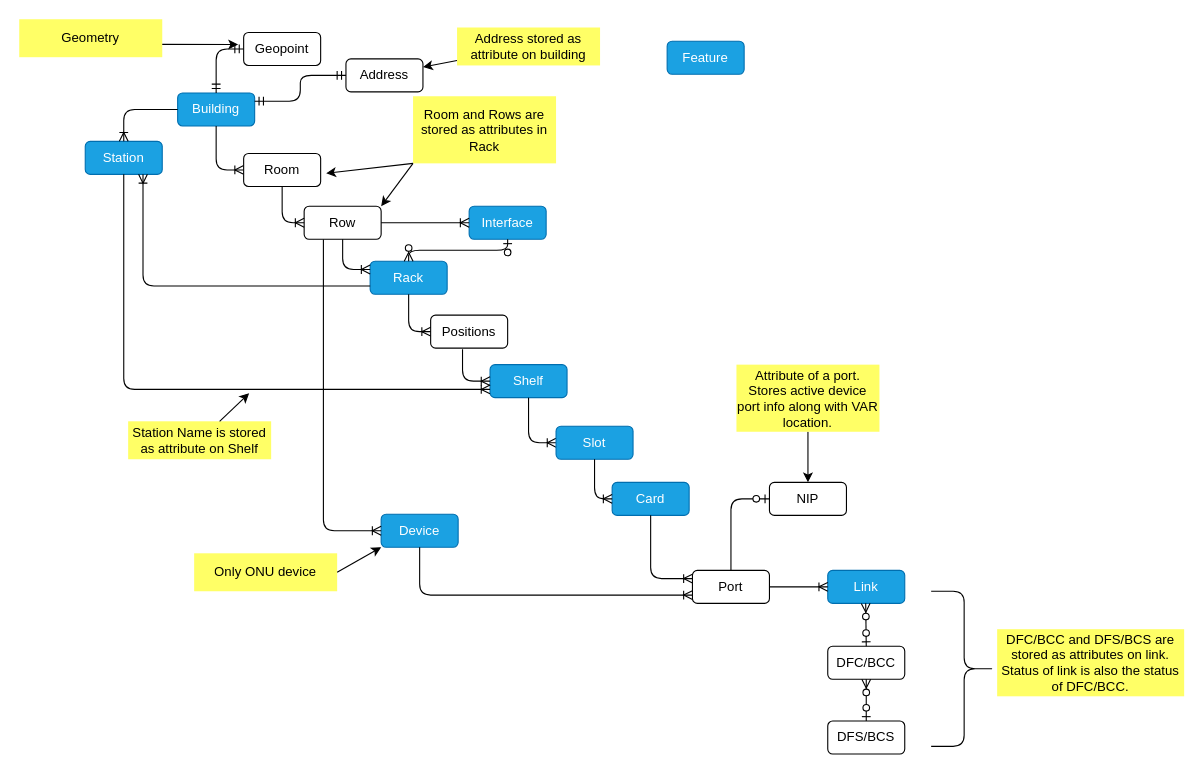
dearishtaq/hello-world-old keeps this draw.io diagram as page "GIS" (3 of 6) of Untitled Diagram.drawio. Above is the earlier version. Source tidied: cells renumbered, new cells numbered last; positions are measured from the earlier drawing's top-left corner, leaving out a move shared by most shapes. Both pictures are drawn from the tidied source at 110%, with x=0, y=0 at pixel (19, 19).
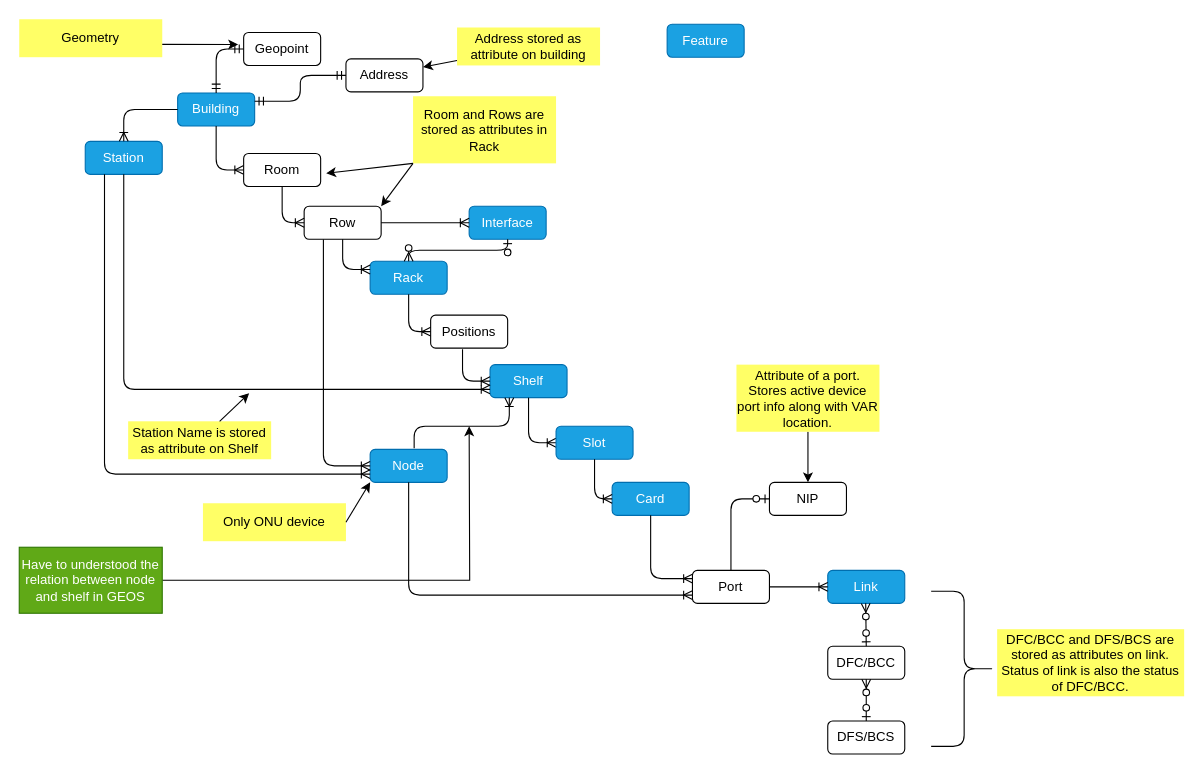
Above is the later version.

Unchanged cells that the change refers to:
```xml
<mxCell id="5" value="Rack" style="rounded=1;whiteSpace=wrap;html=1;fillColor=#1ba1e2;strokeColor=#006EAF;fontColor=#ffffff;" parent="1" vertex="1">
  <mxGeometry x="319" y="220" width="70" height="30" as="geometry" />
</mxCell>
<mxCell id="8" value="Shelf" style="rounded=1;whiteSpace=wrap;html=1;fillColor=#1ba1e2;strokeColor=#006EAF;fontColor=#ffffff;" parent="1" vertex="1">
  <mxGeometry x="428" y="314" width="70" height="30" as="geometry" />
</mxCell>
<mxCell id="22" value="Station" style="rounded=1;whiteSpace=wrap;html=1;fillColor=#1ba1e2;strokeColor=#006EAF;fontColor=#ffffff;" parent="1" vertex="1">
  <mxGeometry x="60" y="111" width="70" height="30" as="geometry" />
</mxCell>
```

The edit, as a diff of the source:
```diff
@@
-    <mxCell id="15" value="Device" style="rounded=1;whiteSpace=wrap;html=1;fillColor=#1ba1e2;strokeColor=#006EAF;fontColor=#ffffff;" parent="1" vertex="1">
-      <mxGeometry x="329" y="450" width="70" height="30" as="geometry" />
+    <mxCell id="15" value="Node" style="rounded=1;whiteSpace=wrap;html=1;fillColor=#1ba1e2;strokeColor=#006EAF;fontColor=#ffffff;" parent="1" vertex="1">
+      <mxGeometry x="319" y="391" width="70" height="30" as="geometry" />
     </mxCell>
@@
     <mxCell id="24" value="Feature" style="rounded=1;whiteSpace=wrap;html=1;fillColor=#1ba1e2;strokeColor=#006EAF;fontColor=#ffffff;" parent="1" vertex="1">
-      <mxGeometry x="589" y="20" width="70" height="30" as="geometry" />
+      <mxGeometry x="589" y="4.5" width="70" height="30" as="geometry" />
     </mxCell>
@@
     <mxCell id="37" value="Only ONU device" style="text;html=1;strokeColor=none;align=center;verticalAlign=middle;whiteSpace=wrap;overflow=hidden;fillColor=#FFFF66;" parent="1" vertex="1">
-      <mxGeometry x="159" y="485.5" width="130" height="34.5" as="geometry" />
+      <mxGeometry x="167" y="440" width="130" height="34.5" as="geometry" />
     </mxCell>
@@
-    <mxCell id="53" style="edgeStyle=orthogonalEdgeStyle;fontSize=12;html=1;endArrow=ERoneToMany;exitX=0;exitY=0.75;exitDx=0;exitDy=0;entryX=0.75;entryY=1;entryDx=0;entryDy=0;" parent="1" edge="1" source="5" target="22">
-      <mxGeometry relative="1" as="geometry" />
-    </mxCell>
@@
+    <mxCell id="58" style="edgeStyle=orthogonalEdgeStyle;fontSize=12;html=1;endArrow=ERoneToMany;exitX=0.25;exitY=1;exitDx=0;exitDy=0;entryX=0;entryY=0.75;entryDx=0;entryDy=0;" parent="1" edge="1" source="22" target="15">
+      <mxGeometry relative="1" as="geometry" />
+    </mxCell>
+    <mxCell id="59" style="edgeStyle=orthogonalEdgeStyle;fontSize=12;html=1;endArrow=ERoneToMany;entryX=0.25;entryY=1;entryDx=0;entryDy=0;" parent="1" edge="1" target="8">
+      <mxGeometry relative="1" as="geometry">
+        <mxPoint x="359" y="390" as="sourcePoint" />
+        <Array as="points">
+          <mxPoint x="359" y="370" />
+          <mxPoint x="446" y="370" />
+        </Array>
+      </mxGeometry>
+    </mxCell>
+    <mxCell id="60" style="edgeStyle=orthogonalEdgeStyle;rounded=0;jettySize=auto;html=1;" parent="1" edge="1" source="61">
+      <mxGeometry relative="1" as="geometry">
+        <mxPoint x="409" y="370" as="targetPoint" />
+      </mxGeometry>
+    </mxCell>
+    <mxCell id="61" value="Have to understood the relation between node and shelf in GEOS" style="text;html=1;strokeColor=#2D7600;align=center;verticalAlign=middle;whiteSpace=wrap;overflow=hidden;fillColor=#60a917;fontColor=#ffffff;" parent="1" vertex="1">
+      <mxGeometry y="480" width="130" height="60" as="geometry" />
+    </mxCell>
```
